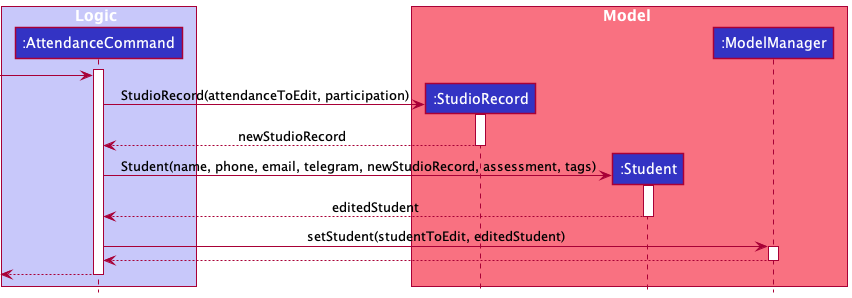
The PlantUML diagram docs/images/logic/commands/attendancecommand/UpdateModelAttendanceSequenceDiagram.png in nus-cs2103-AY2122S1/tp, before a commit.
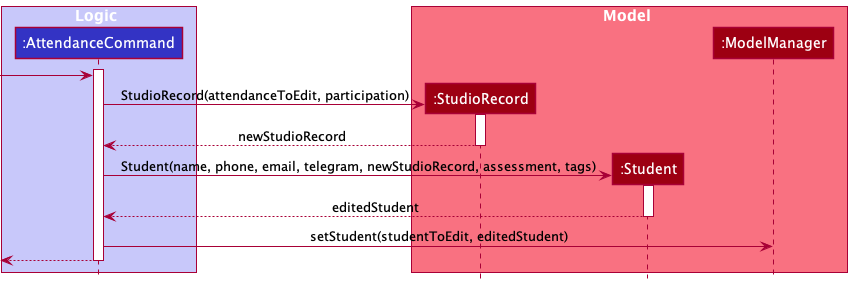
After the change.

Diff of the diagram source:
```diff
@@ -6,9 +6,9 @@
 end box
 
 box Model MODEL_COLOR_T1
-Participant ":StudioRecord" as sr LOGIC_COLOR
-Participant ":Student" as est LOGIC_COLOR
-Participant ":ModelManager" as mm LOGIC_COLOR
+Participant ":StudioRecord" as sr MODEL_COLOR
+Participant ":Student" as est MODEL_COLOR
+Participant ":ModelManager" as mm MODEL_COLOR
 end box
 
 activate ac
@@ -22,7 +22,6 @@
 ac -> est ++ :  Student(name, phone, email, telegram, newStudioRecord, assessment, tags)
 est --> ac -- : editedStudent
 
-ac -> mm ++ : setStudent(studentToEdit, editedStudent)
-mm --> ac --
+ac -> mm  : setStudent(studentToEdit, editedStudent)
 <-- ac --
 @enduml
```
